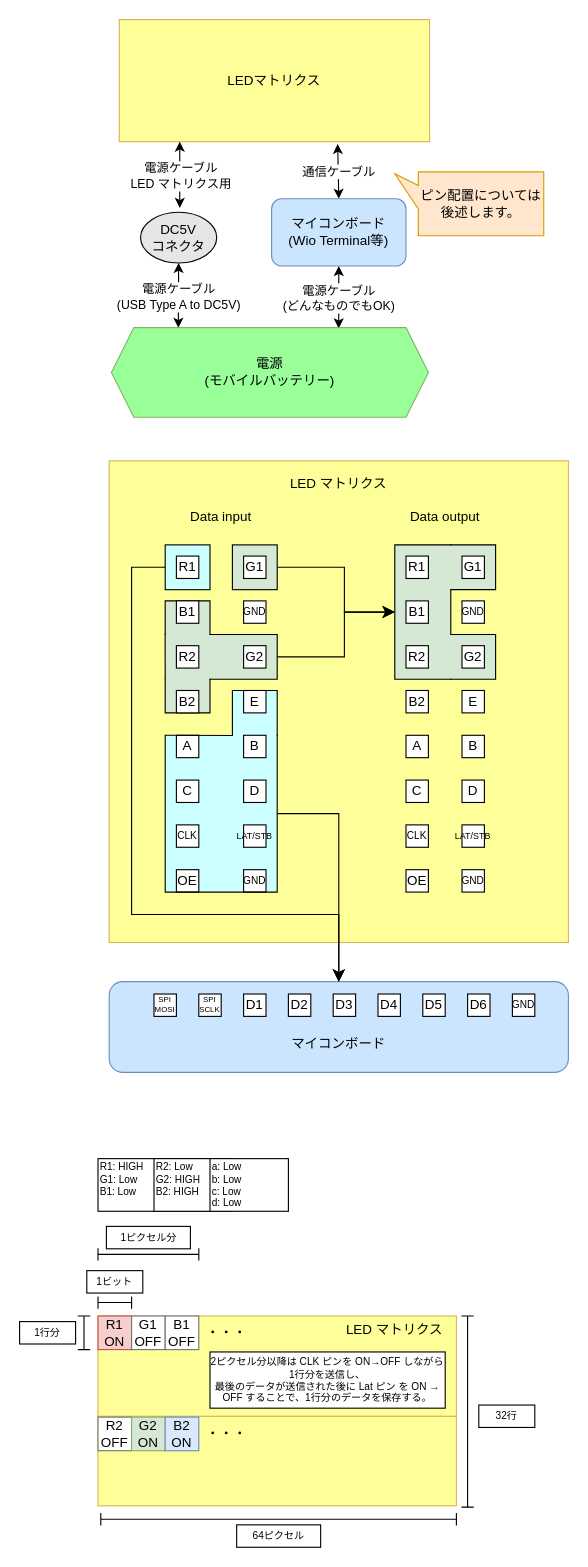
Earlier version of the draw.io diagram 名称未設定ファイル.drawio (ehime-iyokan/DrawIO). Source tidied: cells renumbered, new cells numbered last; positions are measured from the earlier drawing's top-left corner, leaving out a move shared by most shapes. Both pictures are drawn from the tidied source at 112%, with x=0, y=0 at pixel (19, 19).
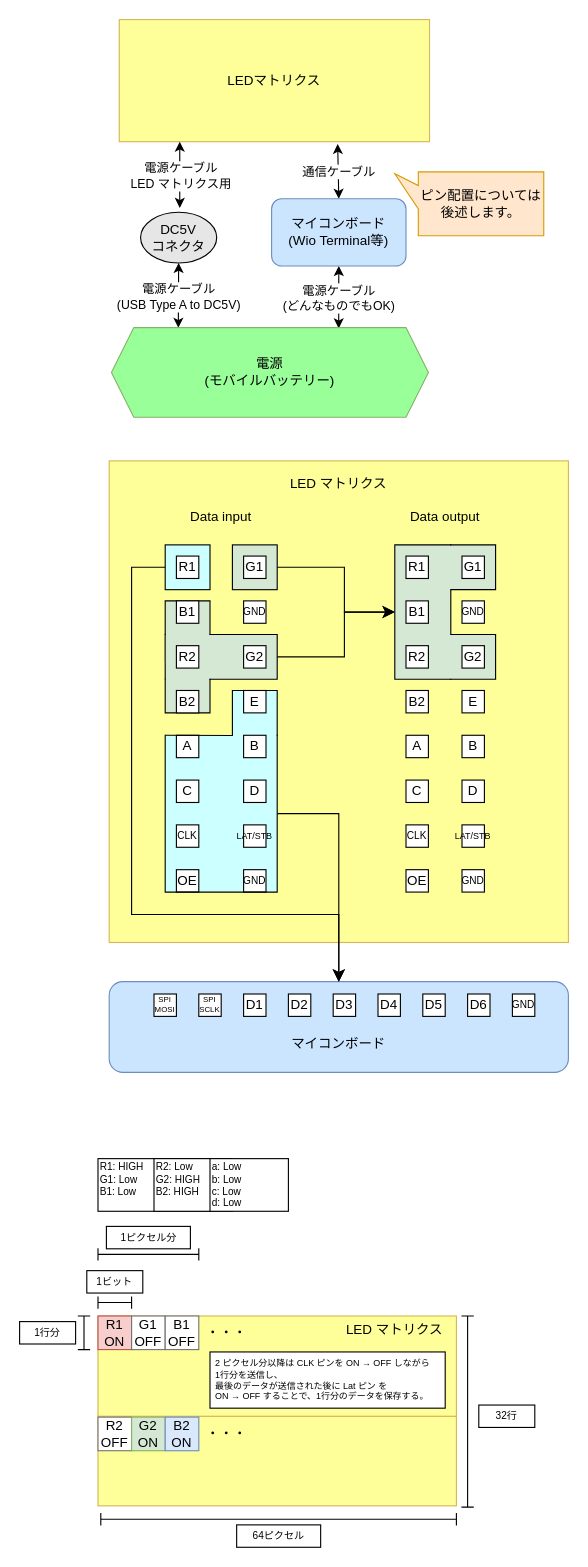
Above is the later version.

Commit message:
フォーマットを更新

Diff of the diagram source:
```diff
@@
-    <mxCell id="89" value="&lt;div&gt;2ピクセル分以降は CLK ピンを ON→OFF しながら 1行分を送信し、&lt;/div&gt;&lt;div&gt;最後のデータが送信された後に Lat ピン を ON → OFF することで、1行分のデータを保存する。&lt;/div&gt;" style="rounded=0;whiteSpace=wrap;html=1;fontSize=9;" parent="1" vertex="1">
+    <mxCell id="89" value="&lt;div&gt;2 ピクセル分以降は CLK ピンを ON → OFF しながら&lt;/div&gt;&lt;div&gt;1行分を送信し、&lt;/div&gt;&lt;div&gt;最後のデータが送信された後に Lat ピン を&lt;/div&gt;&lt;div&gt;ON → OFF することで、1行分のデータを保存する。&lt;/div&gt;" style="rounded=0;whiteSpace=wrap;html=1;fontSize=8;align=left;spacingRight=0;spacingLeft=0;spacingBottom=0;spacingTop=0;spacing=5;" parent="1" vertex="1">
       <mxGeometry x="170" y="1189.6" width="210" height="50.2" as="geometry" />
     </mxCell>
```
